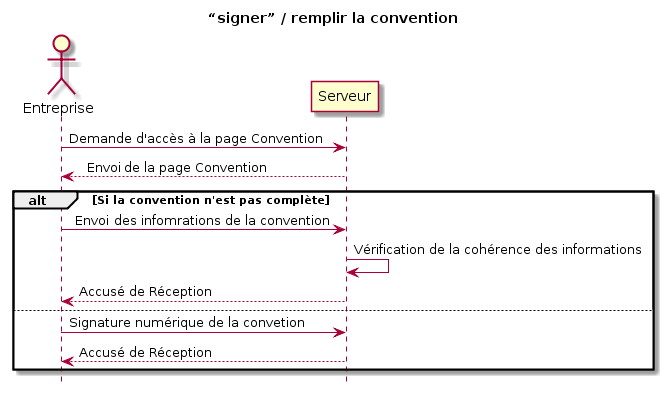
The PlantUML diagram Diagramme/ENTREPRISE/Signer - remplir la convention.png in Lilieon/MOCI---Projet-stage, before a commit.
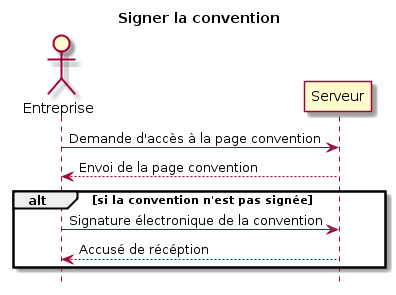
After the commit.

The edit, as a diff of the source:
```diff
@@ -1,23 +1,15 @@
 @startuml
-title ?signer? / remplir la convention
+title Signer la convention
 
 
 actor Entreprise
 
 
-
-
-Entreprise  -> Serveur: Demande d'accès à la page Convention
-Serveur --> Entreprise : Envois de la page Convention
-
-
-alt Si la convention n'est pas complète
-    Entreprise  -> Serveur: Envois des infomrations de la convention
-    Serveur  -> Serveur: Verification de la cohérence des informations
-    Serveur --> Entreprise : Accusé de Reception
-else
-    Entreprise  -> Serveur: Signature numérique de la convetion
-    Serveur --> Entreprise : Accusé de Reception
+Entreprise  -> Serveur: Demande d'accès à la page convention
+Serveur --> Entreprise : Envoi de la page convention
+alt si la convention n'est pas signée
+	Entreprise  -> Serveur: Signature électronique de la convention
+	Serveur --> Entreprise : Accusé de récéption
 end
 
 
```
